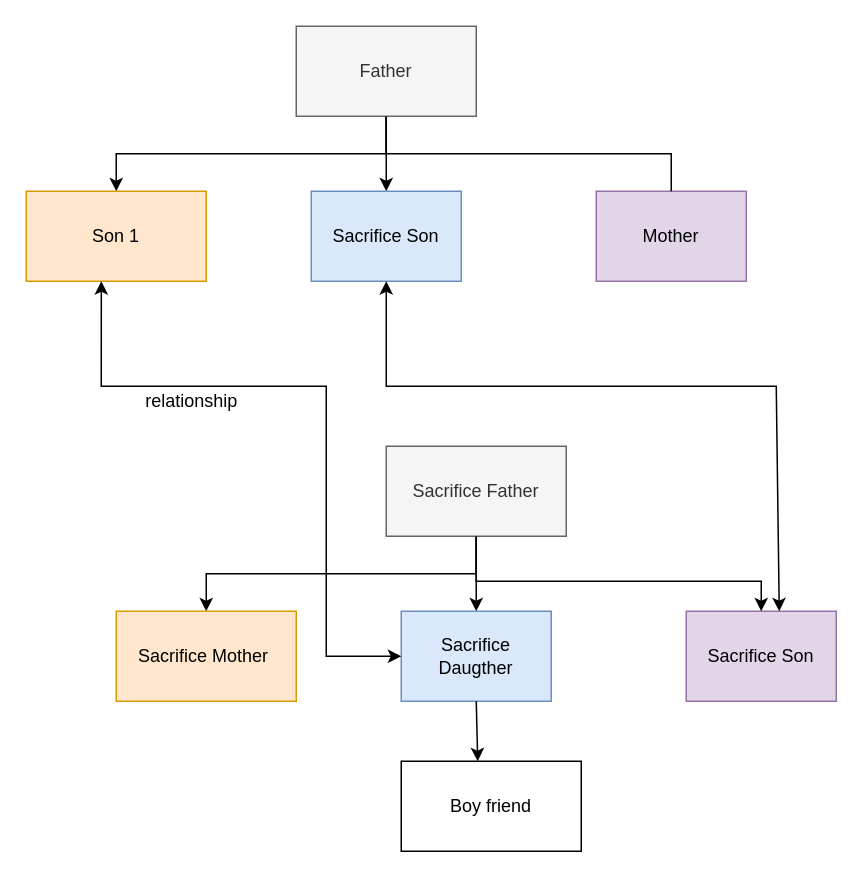
Before: page "Simple tree" (1 of 2) of Untitled Diagram.drawio in sharuk2020/sharuk, a draw.io diagram. Source tidied: cells renumbered, new cells numbered last; positions are measured from the earlier drawing's top-left corner, leaving out a move shared by most shapes. Both pictures are drawn from the tidied source at 150%, with x=0, y=0 at pixel (26, 26).
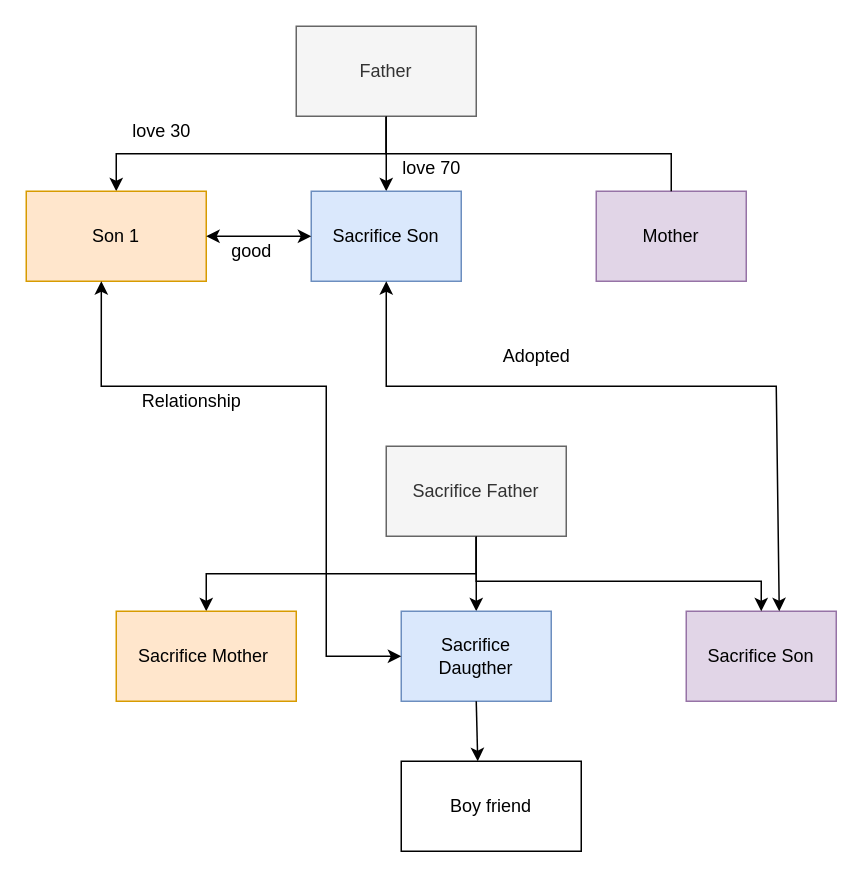
Above is the later version.

Unchanged cells that the change refers to:
```xml
<mxCell id="5" value="Son 1" style="whiteSpace=wrap;html=1;align=center;fillColor=#ffe6cc;strokeColor=#d79b00;" parent="1" vertex="1">
  <mxGeometry y="110" width="120" height="60" as="geometry" />
</mxCell>
<mxCell id="8" value="Sacrifice Son" style="whiteSpace=wrap;html=1;align=center;verticalAlign=middle;fillColor=#dae8fc;strokeColor=#6c8ebf;" parent="1" vertex="1">
  <mxGeometry x="190" y="110" width="100" height="60" as="geometry" />
</mxCell>
```

What changed in the source:
```diff
@@
-    <mxCell id="20" value="relationship" style="text;html=1;align=center;verticalAlign=middle;strokeColor=none;fillColor=none;" parent="1" vertex="1">
-      <mxGeometry x="70" y="235" width="80" height="30" as="geometry" />
+    <mxCell id="20" value="Relationship" style="text;html=1;align=center;verticalAlign=middle;strokeColor=none;fillColor=none;" parent="1" vertex="1">
+      <mxGeometry x="65" y="235" width="90" height="30" as="geometry" />
     </mxCell>
+    <mxCell id="21" value="Adopted" style="text;html=1;align=center;verticalAlign=middle;strokeColor=none;fillColor=none;" parent="1" vertex="1">
+      <mxGeometry x="305" y="205" width="70" height="30" as="geometry" />
+    </mxCell>
+    <mxCell id="22" style="endArrow=classic;startArrow=classic;html=1;rounded=0;exitX=1;exitY=0.5;exitDx=0;exitDy=0;entryX=0;entryY=0.5;entryDx=0;entryDy=0;" parent="1" edge="1" source="5" target="8">
+      <mxGeometry relative="1" as="geometry" />
+    </mxCell>
+    <mxCell id="23" value="good" style="text;html=1;align=center;verticalAlign=middle;strokeColor=none;fillColor=none;" parent="1" vertex="1">
+      <mxGeometry x="125" y="135" width="50" height="30" as="geometry" />
+    </mxCell>
+    <mxCell id="24" value="love 30" style="text;html=1;align=center;verticalAlign=middle;strokeColor=none;fillColor=none;" parent="1" vertex="1">
+      <mxGeometry x="60" y="55" width="60" height="30" as="geometry" />
+    </mxCell>
+    <mxCell id="25" value="love 70" style="text;html=1;align=center;verticalAlign=middle;strokeColor=none;fillColor=none;" parent="1" vertex="1">
+      <mxGeometry x="240" y="80" width="60" height="30" as="geometry" />
+    </mxCell>
```
